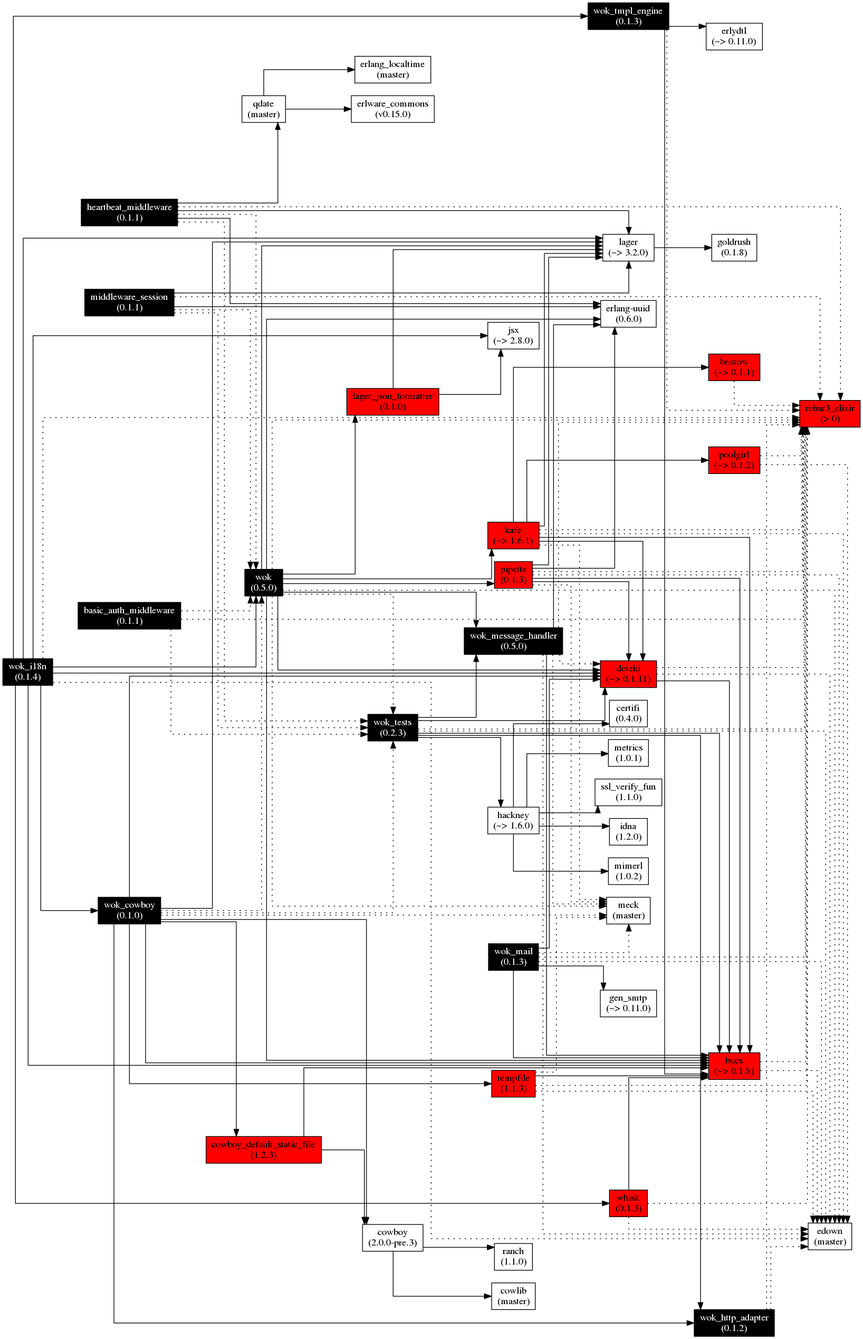
The Graphviz diagram doc/images/wok.deps.png in botsunit/wok, before a commit. Its source is kept beside it as images/wok.deps.gv.
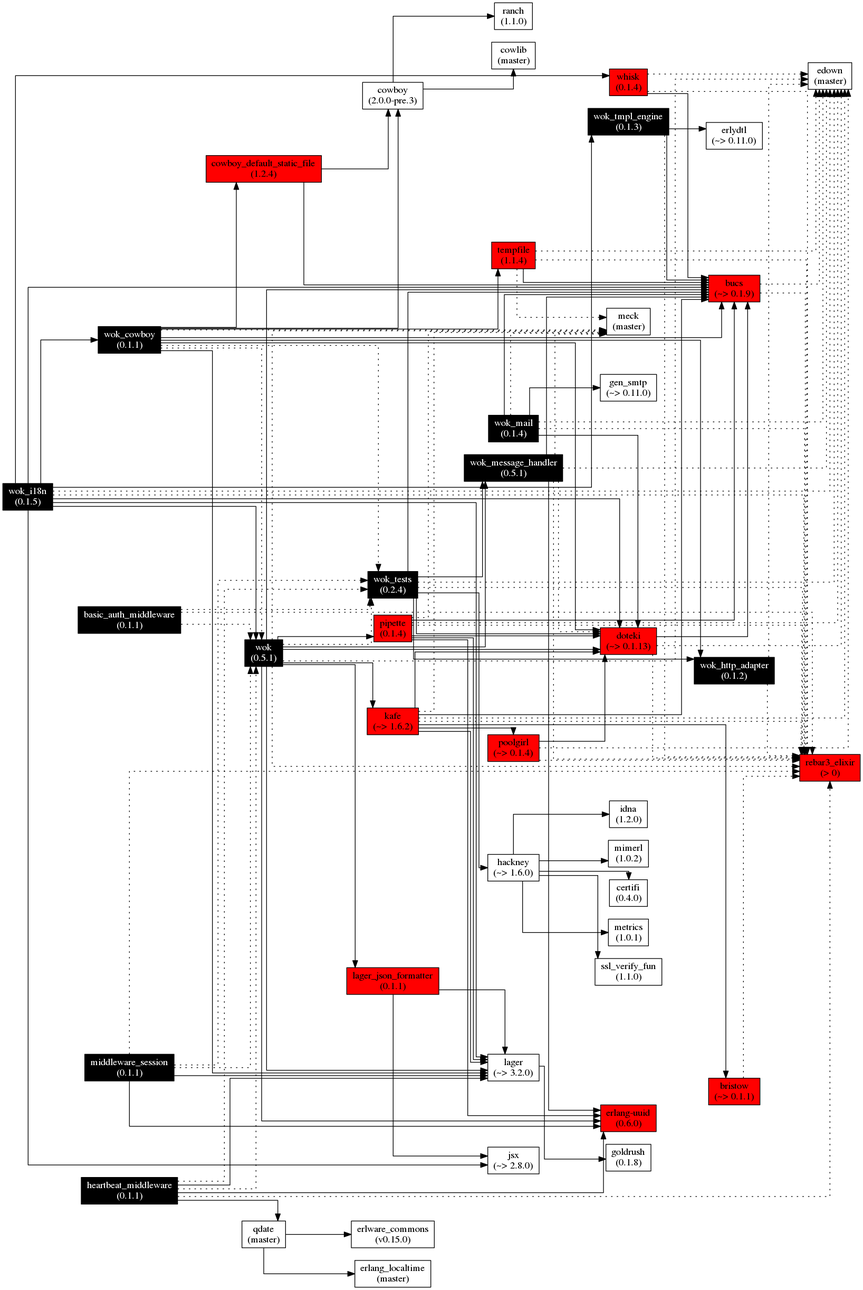
The same diagram one commit later.

The edit, as a diff of the source:
```diff
@@ -6,29 +6,30 @@
     rankdir=LR;
   ]
 
+  wok_http_adapter[label="wok_http_adapter\n(0.1.2)", fontcolor="white", style="filled", fillcolor="black"];
+  bucs[label="bucs\n(~> 0.1.9)", style="filled", fillcolor="red"];
   bristow[label="bristow\n(~> 0.1.1)", style="filled", fillcolor="red"];
-  poolgirl[label="poolgirl\n(~> 0.1.2)", style="filled", fillcolor="red"];
-  bucs[label="bucs\n(~> 0.1.8)", style="filled", fillcolor="red"];
-  wok_http_adapter[label="wok_http_adapter\n(0.1.2)", fontcolor="white", style="filled", fillcolor="black"];
+  uuid[label="erlang-uuid\n(0.6.0)", style="filled", fillcolor="red"];
+  doteki[label="doteki\n(~> 0.1.13)", style="filled", fillcolor="red"];
   wok_tmpl_engine[label="wok_tmpl_engine\n(0.1.3)", fontcolor="white", style="filled", fillcolor="black"];
-  whisk[label="whisk\n(0.1.3)", style="filled", fillcolor="red"];
-  uuid[label="erlang-uuid\n(0.6.0)", fillcolor="red"];
-  doteki[label="doteki\n(~> 0.1.11)", style="filled", fillcolor="red"];
-  kafe[label="kafe\n(~> 1.6.1)", style="filled", fillcolor="red"];
-  pipette[label="pipette\n(0.1.3)", style="filled", fillcolor="red"];
-  wok_message_handler[label="wok_message_handler\n(0.5.0)", fontcolor="white", style="filled", fillcolor="black"];
-  tempfile[label="tempfile\n(1.1.3)", style="filled", fillcolor="red"];
-  wok_mail[label="wok_mail\n(0.1.3)", fontcolor="white", style="filled", fillcolor="black"];
-  lager_json_formatter[label="lager_json_formatter\n(0.1.0)", style="filled", fillcolor="red"];
-  wok_tests[label="wok_tests\n(0.2.3)", fontcolor="white", style="filled", fillcolor="black"];
+  whisk[label="whisk\n(0.1.4)", style="filled", fillcolor="red"];
+  tempfile[label="tempfile\n(1.1.4)", style="filled", fillcolor="red"];
+  wok_mail[label="wok_mail\n(0.1.4)", fontcolor="white", style="filled", fillcolor="black"];
+  poolgirl[label="poolgirl\n(~> 0.1.4)", style="filled", fillcolor="red"];
+  wok_message_handler[label="wok_message_handler\n(0.5.1)", fontcolor="white", style="filled", fillcolor="black"];
+  lager_json_formatter[label="lager_json_formatter\n(0.1.1)", style="filled", fillcolor="red"];
+  pipette[label="pipette\n(0.1.4)", style="filled", fillcolor="red"];
+  kafe[label="kafe\n(~> 1.6.2)", style="filled", fillcolor="red"];
+  wok_tests[label="wok_tests\n(0.2.4)", fontcolor="white", style="filled", fillcolor="black"];
+  cowboy_default_static_file[label="cowboy_default_static_file\n(1.2.4)", style="filled", fillcolor="red"];
 
-  wok[label="wok\n(0.5.0)", fontcolor="white", style="filled", fillcolor="black"];
-  cowboy_default_static_file[label="cowboy_default_static_file\n(1.2.3)", style="filled", fillcolor="red"];
+  wok[label="wok\n(0.5.1)", fontcolor="white", style="filled", fillcolor="black"];
+
   middleware_session[label="middleware_session\n(0.1.1)", fontcolor="white", style="filled", fillcolor="black"];
   heartbeat_middleware[label="heartbeat_middleware\n(0.1.1)", fontcolor="white", style="filled", fillcolor="black"];
   basic_auth_middleware[label="basic_auth_middleware\n(0.1.1)", fontcolor="white", style="filled", fillcolor="black"];
-  wok_cowboy[label="wok_cowboy\n(0.1.0)", fontcolor="white", style="filled", fillcolor="black"];
-  wok_i18n[label="wok_i18n\n(0.1.4)", fontcolor="white", style="filled", fillcolor="black"];
+  wok_cowboy[label="wok_cowboy\n(0.1.1)", fontcolor="white", style="filled", fillcolor="black"];
+  wok_i18n[label="wok_i18n\n(0.1.5)", fontcolor="white", style="filled", fillcolor="black"];
 
   lager[label="lager\n(~> 3.2.0)"];
   cowboy[label="cowboy\n(2.0.0-pre.3)"];
@@ -135,6 +136,7 @@
   wok_tests -> edown[style=dotted];
   wok_tests -> rebar3_elixir[style=dotted];
 
+  poolgirl -> doteki;
   poolgirl -> edown[style=dotted];
   poolgirl -> rebar3_elixir[style=dotted];
 
```
